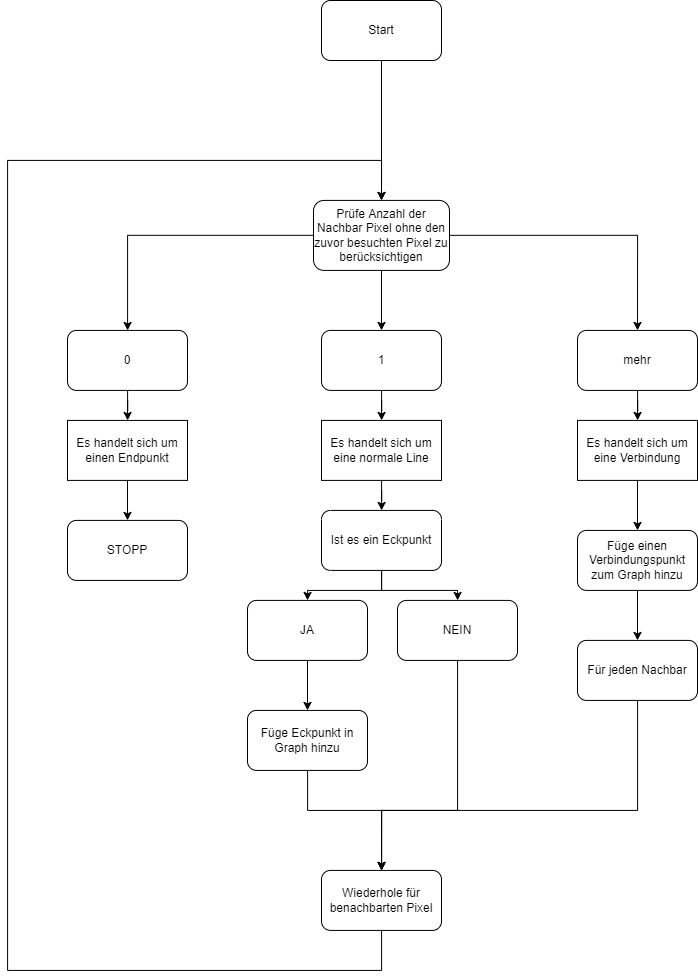
The draw.io diagram Kapitel/Kapitel-ErstellungEinesGraphen/Dateien/AlgorithmusBlockschaltbild.png in Chris022/matura-arbeit, before a commit. Source tidied: cells renumbered, new cells last; positions are measured from the earlier drawing's top-left corner, leaving out a move shared by most shapes.
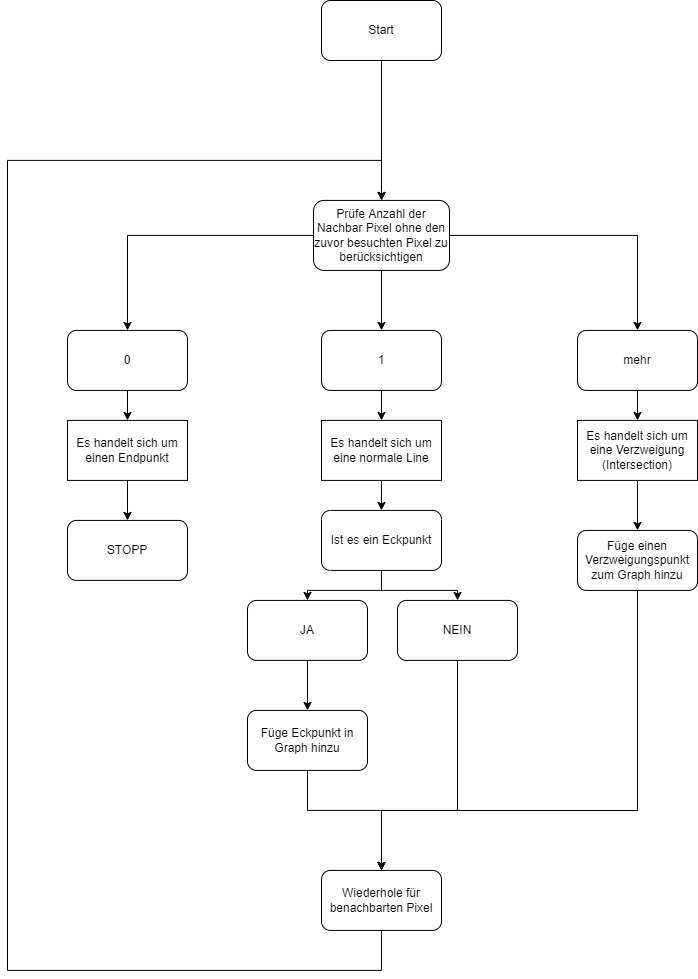
The same diagram one commit later.

The edit, as a diff of the source:
```diff
@@ -47,7 +47,7 @@
     <mxCell id="16" style="edgeStyle=orthogonalEdgeStyle;rounded=0;jettySize=auto;html=1;" parent="1" edge="1" source="17" target="33">
       <mxGeometry relative="1" as="geometry" />
     </mxCell>
-    <mxCell id="17" value="Es handelt sich um eine Verbindung" style="rounded=0;whiteSpace=wrap;html=1;" parent="1" vertex="1">
+    <mxCell id="17" value="Es handelt sich um eine Verzweigung (Intersection)" style="rounded=0;whiteSpace=wrap;html=1;" parent="1" vertex="1">
       <mxGeometry x="570" y="419.9" width="120" height="60" as="geometry" />
     </mxCell>
     <mxCell id="18" style="edgeStyle=orthogonalEdgeStyle;rounded=0;jettySize=auto;html=1;" parent="1" edge="1" source="20" target="24">
@@ -103,21 +103,15 @@
     <mxCell id="29" value="STOPP" style="rounded=1;whiteSpace=wrap;html=1;" parent="1" vertex="1">
       <mxGeometry x="60" y="519.9" width="120" height="60" as="geometry" />
     </mxCell>
-    <mxCell id="30" style="edgeStyle=orthogonalEdgeStyle;rounded=0;jettySize=auto;html=1;entryX=0.5;entryY=0;entryDx=0;entryDy=0;" parent="1" edge="1" source="31" target="26">
+    <mxCell id="30" style="edgeStyle=orthogonalEdgeStyle;rounded=0;jettySize=auto;html=1;entryX=0.5;entryY=0;entryDx=0;entryDy=0;exitX=0.5;exitY=1;exitDx=0;exitDy=0;" parent="1" edge="1" source="33" target="26">
       <mxGeometry relative="1" as="geometry">
         <Array as="points">
-          <mxPoint x="630" y="809.9" />
-          <mxPoint x="374" y="809.9" />
+          <mxPoint x="630" y="810" />
+          <mxPoint x="374" y="810" />
         </Array>
       </mxGeometry>
     </mxCell>
-    <mxCell id="31" value="Für jeden Nachbar" style="rounded=1;whiteSpace=wrap;html=1;" parent="1" vertex="1">
-      <mxGeometry x="570" y="639.9" width="120" height="60" as="geometry" />
-    </mxCell>
-    <mxCell id="32" style="edgeStyle=orthogonalEdgeStyle;rounded=0;jettySize=auto;html=1;" parent="1" edge="1" source="33" target="31">
-      <mxGeometry relative="1" as="geometry" />
-    </mxCell>
-    <mxCell id="33" value="Füge einen Verbindungspunkt zum Graph hinzu" style="rounded=1;whiteSpace=wrap;html=1;" parent="1" vertex="1">
+    <mxCell id="33" value="Füge einen Verzweigungspunkt zum Graph hinzu" style="rounded=1;whiteSpace=wrap;html=1;" parent="1" vertex="1">
       <mxGeometry x="570" y="529.9" width="120" height="60" as="geometry" />
     </mxCell>
     <mxCell id="34" style="edgeStyle=orthogonalEdgeStyle;rounded=0;jettySize=auto;html=1;entryX=0.5;entryY=0;entryDx=0;entryDy=0;" parent="1" edge="1" source="35" target="5">
```
